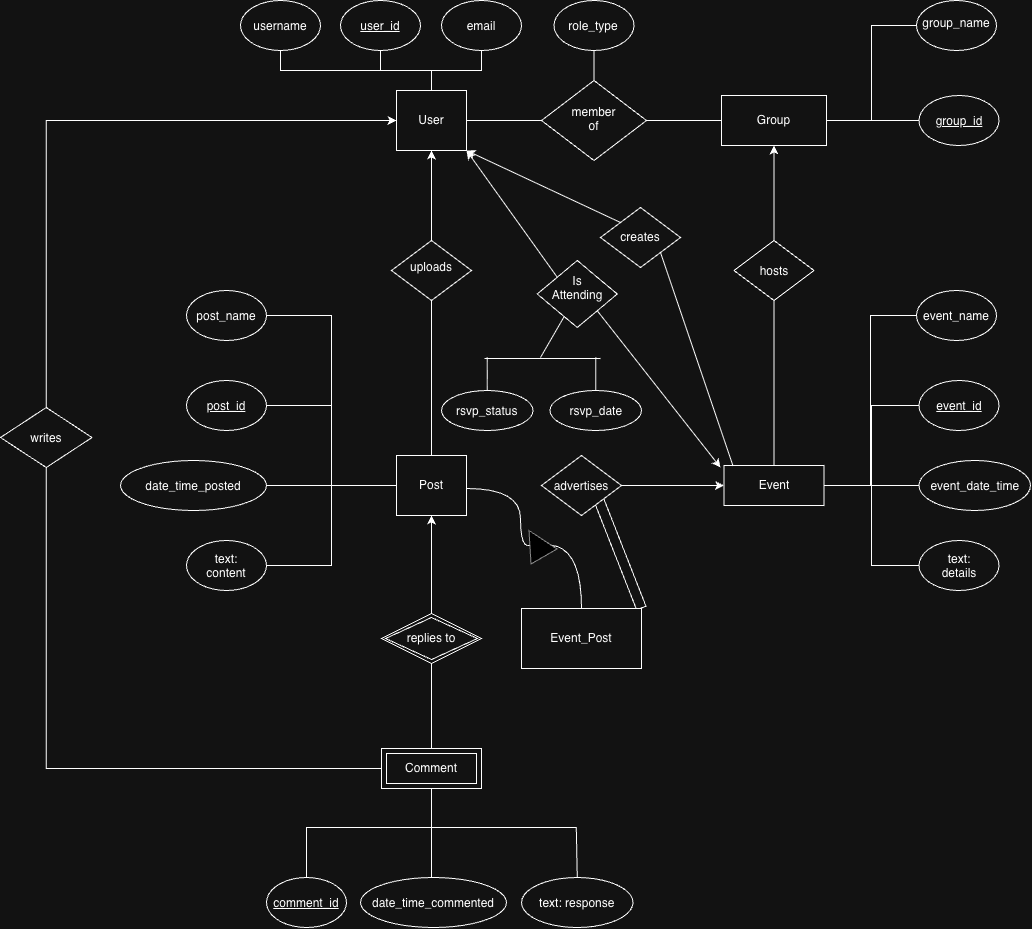
Earlier version of the draw.io export ERD_Sprint_2.png (darcysprigg/CSC370_Project). Source tidied: cells renumbered, new cells last; positions are measured from the earlier drawing's top-left corner, leaving out a move shared by most shapes.
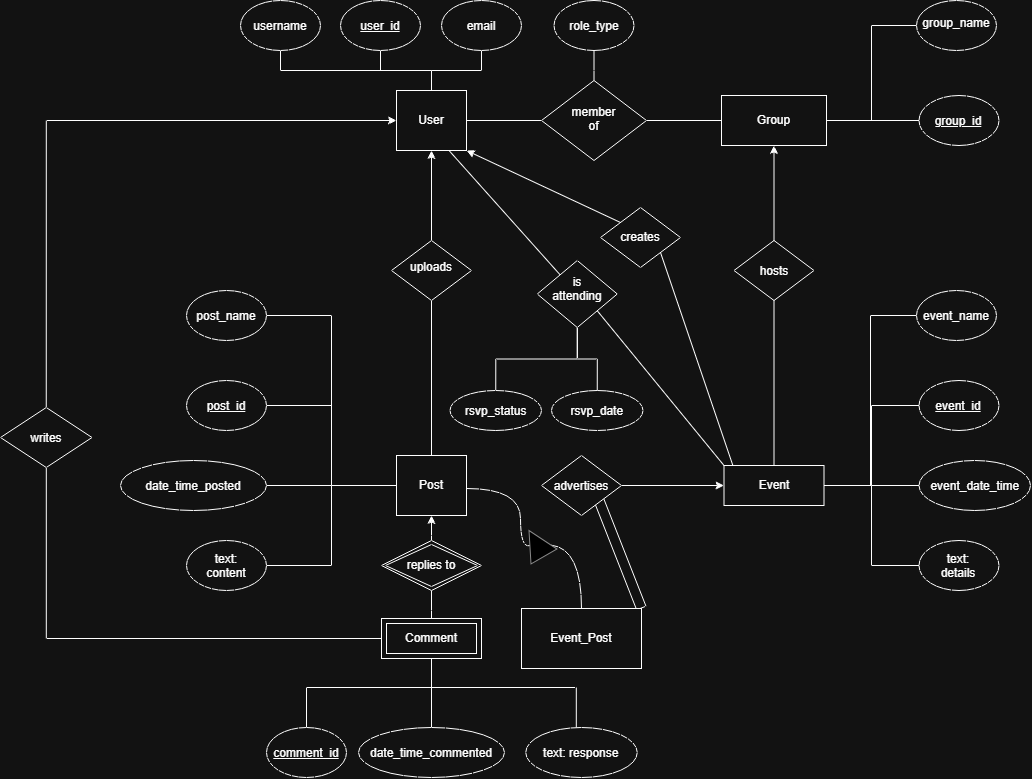
The same file after the commit.

Change to the diagram source:
```diff
@@ -162,7 +162,7 @@
       <mxGeometry relative="1" as="geometry" />
     </mxCell>
     <mxCell id="53" value="replies to" style="shape=rhombus;double=1;perimeter=rhombusPerimeter;whiteSpace=wrap;html=1;align=center;" parent="1" vertex="1">
-      <mxGeometry x="381" y="613" width="100" height="50" as="geometry" />
+      <mxGeometry x="381" y="540" width="100" height="50" as="geometry" />
     </mxCell>
     <mxCell id="54" style="endArrow=none;html=1;rounded=0;edgeStyle=orthogonalEdgeStyle;curved=1;curveGeometry=1;" parent="1" edge="1" source="50" target="55">
       <mxGeometry x="-0.03" relative="1" as="geometry">
@@ -180,8 +180,8 @@
     <mxCell id="57" style="edgeStyle=orthogonalEdgeStyle;rounded=0;jettySize=auto;html=1;defaultLabelBackgroundColor=gap;endArrow=none;endFill=0;" parent="1" edge="1" source="61" target="62">
       <mxGeometry relative="1" as="geometry">
         <Array as="points">
-          <mxPoint x="431" y="827" />
-          <mxPoint x="306" y="827" />
+          <mxPoint x="431" y="687" />
+          <mxPoint x="306" y="687" />
         </Array>
       </mxGeometry>
     </mxCell>
@@ -191,8 +191,8 @@
     <mxCell id="59" style="edgeStyle=orthogonalEdgeStyle;rounded=0;jettySize=auto;html=1;defaultLabelBackgroundColor=gap;endArrow=none;endFill=0;" parent="1" edge="1" source="61" target="64">
       <mxGeometry relative="1" as="geometry">
         <Array as="points">
-          <mxPoint x="431" y="827" />
-          <mxPoint x="575.8" y="827" />
+          <mxPoint x="431" y="687" />
+          <mxPoint x="575.8" y="687" />
         </Array>
       </mxGeometry>
     </mxCell>
@@ -200,57 +200,40 @@
       <mxGeometry relative="1" as="geometry" />
     </mxCell>
     <mxCell id="61" value="Comment" style="shape=ext;margin=3;double=1;whiteSpace=wrap;html=1;align=center;" parent="1" vertex="1">
-      <mxGeometry x="381" y="748" width="100" height="40" as="geometry" />
+      <mxGeometry x="381" y="618" width="100" height="40" as="geometry" />
     </mxCell>
     <mxCell id="62" value="comment_id" style="ellipse;whiteSpace=wrap;html=1;shapeInside=1;fontStyle=4;" parent="1" vertex="1">
-      <mxGeometry x="266" y="877" width="80" height="50" as="geometry" />
+      <mxGeometry x="266" y="727" width="80" height="50" as="geometry" />
     </mxCell>
     <mxCell id="63" value="date_time_commented" style="ellipse;whiteSpace=wrap;html=1;shapeInside=1;" parent="1" vertex="1">
-      <mxGeometry x="360" y="877" width="146" height="50" as="geometry" />
+      <mxGeometry x="358" y="727" width="146" height="50" as="geometry" />
     </mxCell>
     <mxCell id="64" value="text: response" style="ellipse;whiteSpace=wrap;html=1;shapeInside=1;" parent="1" vertex="1">
-      <mxGeometry x="521" y="877" width="111.5" height="50" as="geometry" />
+      <mxGeometry x="525.2" y="727" width="111.5" height="50" as="geometry" />
     </mxCell>
     <mxCell id="65" value="writes" style="rhombus;whiteSpace=wrap;html=1;shapeInside=1;" parent="1" vertex="1">
       <mxGeometry y="407" width="91.5" height="60" as="geometry" />
     </mxCell>
+    <mxCell id="75" style="edgeStyle=orthogonalEdgeStyle;rounded=0;jettySize=auto;html=1;defaultLabelBackgroundColor=page;endArrow=none;endFill=0;" parent="1" edge="1" source="67" target="71">
+      <mxGeometry relative="1" as="geometry" />
+    </mxCell>
+    <mxCell id="76" style="edgeStyle=orthogonalEdgeStyle;rounded=0;jettySize=auto;html=1;defaultLabelBackgroundColor=page;endArrow=none;endFill=0;" parent="1" edge="1" source="67" target="70">
+      <mxGeometry relative="1" as="geometry" />
+    </mxCell>
-    <mxCell id="66" style="endArrow=classic;html=1;rounded=0;defaultLabelBackgroundColor=page;entryX=1;entryY=1;entryDx=0;entryDy=0;exitX=0;exitY=0;exitDx=0;exitDy=0;" parent="1" edge="1" source="67" target="9">
-      <mxGeometry relative="1" as="geometry" />
+    <mxCell id="66" style="rounded=0;jettySize=auto;html=1;defaultLabelBackgroundColor=page;entryX=0.75;entryY=1;entryDx=0;entryDy=0;endArrow=none;endFill=0;" parent="1" edge="1" source="67" target="9">
+      <mxGeometry x="-0.6" relative="1" as="geometry" />
     </mxCell>
-    <mxCell id="67" value="Is Attending&lt;div&gt;&lt;br&gt;&lt;/div&gt;" style="rhombus;whiteSpace=wrap;html=1;shapeInside=1;" parent="1" vertex="1">
+    <mxCell id="67" value="is attending&lt;div&gt;&lt;br&gt;&lt;/div&gt;" style="rhombus;whiteSpace=wrap;html=1;shapeInside=1;" parent="1" vertex="1">
       <mxGeometry x="536.8" y="260" width="80" height="67" as="geometry" />
     </mxCell>
-    <mxCell id="68" style="endArrow=classic;html=1;rounded=0;defaultLabelBackgroundColor=page;exitX=1;exitY=1;exitDx=0;exitDy=0;" parent="1" edge="1" source="67">
-      <mxGeometry relative="1" as="geometry">
-        <mxPoint x="720" y="467" as="targetPoint" />
-      </mxGeometry>
+    <mxCell id="68" style="endArrow=none;html=1;rounded=0;defaultLabelBackgroundColor=page;exitX=1;exitY=1;exitDx=0;exitDy=0;endFill=0;entryX=0;entryY=0;entryDx=0;entryDy=0;" parent="1" edge="1" source="67" target="30">
+      <mxGeometry relative="1" as="geometry" />
     </mxCell>
-    <mxCell id="69" style="endArrow=none;html=1;rounded=0;defaultLabelBackgroundColor=page;" parent="1" edge="1" target="67">
-      <mxGeometry relative="1" as="geometry">
-        <mxPoint x="540" y="357" as="sourcePoint" />
-      </mxGeometry>
-    </mxCell>
     <mxCell id="70" value="rsvp_status" style="ellipse;whiteSpace=wrap;html=1;shapeInside=1;" parent="1" vertex="1">
-      <mxGeometry x="441" y="390" width="91.5" height="40" as="geometry" />
+      <mxGeometry x="449.5" y="390" width="91.5" height="40" as="geometry" />
     </mxCell>
     <mxCell id="71" value="rsvp_date" style="ellipse;whiteSpace=wrap;html=1;shapeInside=1;" parent="1" vertex="1">
-      <mxGeometry x="549.5" y="390" width="91.5" height="40" as="geometry" />
+      <mxGeometry x="551" y="390" width="91.5" height="40" as="geometry" />
     </mxCell>
-    <mxCell id="72" style="endArrow=none;html=1;rounded=0;defaultLabelBackgroundColor=page;" parent="1" edge="1">
-      <mxGeometry relative="1" as="geometry">
-        <mxPoint x="600" y="358" as="sourcePoint" />
-        <mxPoint x="484" y="358" as="targetPoint" />
-      </mxGeometry>
-    </mxCell>
-    <mxCell id="73" style="endArrow=none;html=1;rounded=0;defaultLabelBackgroundColor=page;exitX=0.5;exitY=0;exitDx=0;exitDy=0;" parent="1" edge="1" source="70">
-      <mxGeometry relative="1" as="geometry">
-        <mxPoint x="486.8" y="357" as="targetPoint" />
-      </mxGeometry>
-    </mxCell>
-    <mxCell id="74" style="endArrow=none;html=1;rounded=0;defaultLabelBackgroundColor=page;exitX=0.5;exitY=0;exitDx=0;exitDy=0;" parent="1" edge="1" source="71">
-      <mxGeometry relative="1" as="geometry">
-        <mxPoint x="595.2" y="357" as="targetPoint" />
-      </mxGeometry>
-    </mxCell>
   </root>
 </mxGraphModel>
```
